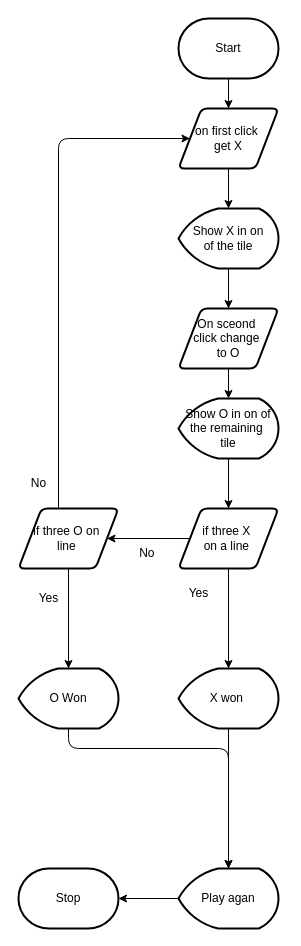
This is design/flowchart.drawio from MTHS-ICS2O-2-2022/ICS2O-Final-Project-Group10, a draw.io file, before an edit. Source tidied: cells renumbered, new cells numbered last; positions are measured from the earlier drawing's top-left corner, leaving out a move shared by most shapes. Both pictures are drawn from the tidied source at 100%, with x=0, y=0 at pixel (18, 18).
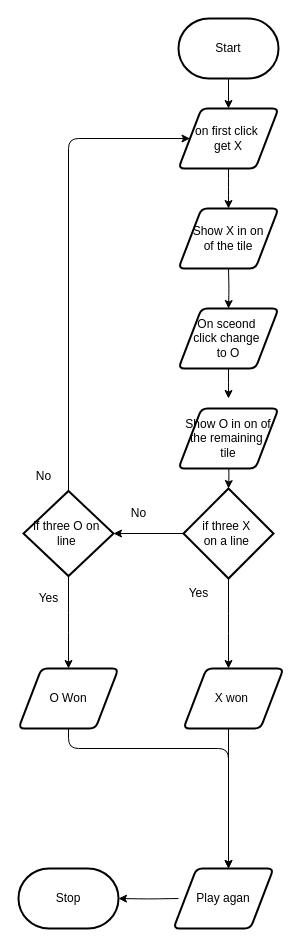
The same page after the edit.

Commit message (it also covers changes not shown here):
add flowchart and storyboard change flowchart and storyboard

Unchanged cells that the change refers to:
```xml
<mxCell id="4" value="Stop" style="strokeWidth=2;html=1;shape=mxgraph.flowchart.terminator;whiteSpace=wrap;" parent="1" vertex="1">
  <mxGeometry y="850" width="100" height="60" as="geometry" />
</mxCell>
<mxCell id="6" value="on first click&amp;nbsp;&lt;br&gt;get X" style="shape=parallelogram;html=1;strokeWidth=2;perimeter=parallelogramPerimeter;whiteSpace=wrap;rounded=1;arcSize=12;size=0.23;" parent="1" vertex="1">
  <mxGeometry x="160" y="90" width="100" height="60" as="geometry" />
</mxCell>
<mxCell id="10" value="On sceond&amp;nbsp;&lt;br&gt;click change&amp;nbsp;&lt;br&gt;to O" style="shape=parallelogram;html=1;strokeWidth=2;perimeter=parallelogramPerimeter;whiteSpace=wrap;rounded=1;arcSize=12;size=0.23;" parent="1" vertex="1">
  <mxGeometry x="160" y="290" width="100" height="60" as="geometry" />
</mxCell>
```

The edit, as a diff of the source:
```diff
@@
-    <mxCell id="5" style="edgeStyle=orthogonalEdgeStyle;html=1;" parent="1" edge="1" source="6" target="8">
-      <mxGeometry relative="1" as="geometry" />
+    <mxCell id="5" style="edgeStyle=orthogonalEdgeStyle;html=1;" parent="1" edge="1" source="6">
+      <mxGeometry relative="1" as="geometry">
+        <mxPoint x="210" y="190" as="targetPoint" />
+      </mxGeometry>
     </mxCell>
@@
-    <mxCell id="7" style="edgeStyle=orthogonalEdgeStyle;html=1;" parent="1" edge="1" source="8" target="10">
-      <mxGeometry relative="1" as="geometry" />
+    <mxCell id="7" style="edgeStyle=orthogonalEdgeStyle;html=1;" parent="1" edge="1" target="10">
+      <mxGeometry relative="1" as="geometry">
+        <mxPoint x="210" y="250" as="sourcePoint" />
+      </mxGeometry>
     </mxCell>
-    <mxCell id="8" value="Show X in on&lt;br&gt;of the tile" style="strokeWidth=2;html=1;shape=mxgraph.flowchart.display;whiteSpace=wrap;" parent="1" vertex="1">
-      <mxGeometry x="160" y="190" width="100" height="60" as="geometry" />
-    </mxCell>
-    <mxCell id="9" style="edgeStyle=orthogonalEdgeStyle;html=1;" parent="1" edge="1" source="10" target="12">
-      <mxGeometry relative="1" as="geometry" />
+    <mxCell id="9" style="edgeStyle=orthogonalEdgeStyle;html=1;" parent="1" edge="1" source="10">
+      <mxGeometry relative="1" as="geometry">
+        <mxPoint x="210" y="380" as="targetPoint" />
+      </mxGeometry>
     </mxCell>
@@
-    <mxCell id="11" style="edgeStyle=orthogonalEdgeStyle;html=1;" parent="1" edge="1" source="12" target="15">
-      <mxGeometry relative="1" as="geometry" />
-    </mxCell>
-    <mxCell id="12" value="Show O in on of the remaining&amp;nbsp;&lt;br&gt;tile" style="strokeWidth=2;html=1;shape=mxgraph.flowchart.display;whiteSpace=wrap;" parent="1" vertex="1">
-      <mxGeometry x="160" y="380" width="100" height="60" as="geometry" />
-    </mxCell>
-    <mxCell id="13" style="edgeStyle=orthogonalEdgeStyle;html=1;" parent="1" edge="1" source="15" target="22">
-      <mxGeometry relative="1" as="geometry" />
-    </mxCell>
-    <mxCell id="14" style="edgeStyle=orthogonalEdgeStyle;html=1;entryX=0.5;entryY=0;entryDx=0;entryDy=0;entryPerimeter=0;" parent="1" edge="1" source="15" target="17">
-      <mxGeometry relative="1" as="geometry" />
-    </mxCell>
-    <mxCell id="15" value="if three X&amp;nbsp;&lt;br&gt;on a line&amp;nbsp;" style="shape=parallelogram;html=1;strokeWidth=2;perimeter=parallelogramPerimeter;whiteSpace=wrap;rounded=1;arcSize=12;size=0.23;" parent="1" vertex="1">
-      <mxGeometry x="160" y="490" width="100" height="60" as="geometry" />
-    </mxCell>
+    <mxCell id="29" style="edgeStyle=orthogonalEdgeStyle;html=1;" parent="1" edge="1" target="15">
+      <mxGeometry relative="1" as="geometry">
+        <mxPoint x="210" y="440" as="sourcePoint" />
+      </mxGeometry>
+    </mxCell>
-    <mxCell id="16" style="edgeStyle=orthogonalEdgeStyle;html=1;" parent="1" edge="1" source="17" target="28">
-      <mxGeometry relative="1" as="geometry" />
+    <mxCell id="16" style="edgeStyle=orthogonalEdgeStyle;html=1;" parent="1" edge="1">
+      <mxGeometry relative="1" as="geometry">
+        <mxPoint x="210" y="710" as="sourcePoint" />
+        <mxPoint x="210" y="850" as="targetPoint" />
+      </mxGeometry>
     </mxCell>
-    <mxCell id="17" value="X won&amp;nbsp;" style="strokeWidth=2;html=1;shape=mxgraph.flowchart.display;whiteSpace=wrap;" parent="1" vertex="1">
-      <mxGeometry x="160" y="650" width="100" height="60" as="geometry" />
-    </mxCell>
@@
-    <mxCell id="19" value="No&amp;nbsp;" style="text;html=1;align=center;verticalAlign=middle;strokeColor=none;fillColor=none;" parent="1" vertex="1">
-      <mxGeometry x="110" y="520" width="40" height="30" as="geometry" />
-    </mxCell>
-    <mxCell id="20" style="edgeStyle=orthogonalEdgeStyle;html=1;entryX=0.5;entryY=0;entryDx=0;entryDy=0;entryPerimeter=0;" parent="1" edge="1" source="22" target="24">
-      <mxGeometry relative="1" as="geometry" />
-    </mxCell>
-    <mxCell id="21" style="edgeStyle=orthogonalEdgeStyle;html=1;" parent="1" edge="1" source="22" target="6">
-      <mxGeometry relative="1" as="geometry">
-        <Array as="points">
-          <mxPoint x="40" y="120" />
-        </Array>
-      </mxGeometry>
-    </mxCell>
-    <mxCell id="22" value="if three O on&amp;nbsp;&lt;br&gt;line&amp;nbsp;" style="shape=parallelogram;html=1;strokeWidth=2;perimeter=parallelogramPerimeter;whiteSpace=wrap;rounded=1;arcSize=12;size=0.23;" parent="1" vertex="1">
-      <mxGeometry y="490" width="100" height="60" as="geometry" />
-    </mxCell>
-    <mxCell id="23" style="edgeStyle=orthogonalEdgeStyle;html=1;" parent="1" edge="1" source="24" target="28">
+    <mxCell id="23" style="edgeStyle=orthogonalEdgeStyle;html=1;" parent="1" edge="1">
       <mxGeometry relative="1" as="geometry">
+        <mxPoint x="50" y="710" as="sourcePoint" />
+        <mxPoint x="210" y="850" as="targetPoint" />
         <Array as="points">
           <mxPoint x="50" y="730" />
           <mxPoint x="210" y="730" />
         </Array>
       </mxGeometry>
     </mxCell>
-    <mxCell id="24" value="O Won" style="strokeWidth=2;html=1;shape=mxgraph.flowchart.display;whiteSpace=wrap;" parent="1" vertex="1">
-      <mxGeometry y="650" width="100" height="60" as="geometry" />
-    </mxCell>
@@
     <mxCell id="26" value="No" style="text;html=1;align=center;verticalAlign=middle;strokeColor=none;fillColor=none;" parent="1" vertex="1">
-      <mxGeometry y="450" width="40" height="30" as="geometry" />
+      <mxGeometry x="5" y="442.5" width="40" height="30" as="geometry" />
     </mxCell>
-    <mxCell id="27" style="edgeStyle=orthogonalEdgeStyle;html=1;" parent="1" edge="1" source="28" target="4">
-      <mxGeometry relative="1" as="geometry" />
+    <mxCell id="27" style="edgeStyle=orthogonalEdgeStyle;html=1;" parent="1" edge="1" target="4">
+      <mxGeometry relative="1" as="geometry">
+        <mxPoint x="160" y="880" as="sourcePoint" />
+      </mxGeometry>
     </mxCell>
+    <mxCell id="30" style="edgeStyle=orthogonalEdgeStyle;html=1;" parent="1" edge="1" source="22">
+      <mxGeometry relative="1" as="geometry">
+        <mxPoint x="50" y="650" as="targetPoint" />
+      </mxGeometry>
+    </mxCell>
+    <mxCell id="21" style="edgeStyle=orthogonalEdgeStyle;html=1;" parent="1" edge="1" source="22" target="6">
+      <mxGeometry relative="1" as="geometry">
+        <Array as="points">
+          <mxPoint x="50" y="120" />
+        </Array>
+      </mxGeometry>
+    </mxCell>
+    <mxCell id="22" value="if three O on&amp;nbsp;&lt;br&gt;line&amp;nbsp;" style="strokeWidth=2;html=1;shape=mxgraph.flowchart.decision;whiteSpace=wrap;" parent="1" vertex="1">
+      <mxGeometry x="5" y="472.5" width="90" height="85" as="geometry" />
+    </mxCell>
+    <mxCell id="13" style="edgeStyle=orthogonalEdgeStyle;html=1;entryX=1;entryY=0.5;entryDx=0;entryDy=0;entryPerimeter=0;" parent="1" edge="1" source="15" target="22">
+      <mxGeometry relative="1" as="geometry" />
+    </mxCell>
+    <mxCell id="31" style="edgeStyle=orthogonalEdgeStyle;html=1;" parent="1" edge="1" source="15">
+      <mxGeometry relative="1" as="geometry">
+        <mxPoint x="210" y="650" as="targetPoint" />
+      </mxGeometry>
+    </mxCell>
+    <mxCell id="15" value="if three X&amp;nbsp;&lt;br&gt;on a line&amp;nbsp;" style="strokeWidth=2;html=1;shape=mxgraph.flowchart.decision;whiteSpace=wrap;" parent="1" vertex="1">
+      <mxGeometry x="165" y="470" width="90" height="90" as="geometry" />
+    </mxCell>
+    <mxCell id="19" value="No" style="text;html=1;align=center;verticalAlign=middle;strokeColor=none;fillColor=none;" parent="1" vertex="1">
+      <mxGeometry x="100" y="480" width="40" height="30" as="geometry" />
+    </mxCell>
+    <mxCell id="8" value="Show X in on&lt;br&gt;of the tile" style="shape=parallelogram;html=1;strokeWidth=2;perimeter=parallelogramPerimeter;whiteSpace=wrap;rounded=1;arcSize=12;size=0.23;" parent="1" vertex="1">
+      <mxGeometry x="160" y="190" width="100" height="60" as="geometry" />
+    </mxCell>
+    <mxCell id="12" value="Show O in on of the remaining&amp;nbsp;&lt;br&gt;tile" style="shape=parallelogram;html=1;strokeWidth=2;perimeter=parallelogramPerimeter;whiteSpace=wrap;rounded=1;arcSize=12;size=0.23;" parent="1" vertex="1">
+      <mxGeometry x="160" y="390" width="100" height="60" as="geometry" />
+    </mxCell>
+    <mxCell id="24" value="O Won" style="shape=parallelogram;html=1;strokeWidth=2;perimeter=parallelogramPerimeter;whiteSpace=wrap;rounded=1;arcSize=12;size=0.23;" parent="1" vertex="1">
+      <mxGeometry y="650" width="100" height="60" as="geometry" />
+    </mxCell>
+    <mxCell id="17" value="X won&amp;nbsp;" style="shape=parallelogram;html=1;strokeWidth=2;perimeter=parallelogramPerimeter;whiteSpace=wrap;rounded=1;arcSize=12;size=0.23;" parent="1" vertex="1">
+      <mxGeometry x="165" y="650" width="100" height="60" as="geometry" />
+    </mxCell>
-    <mxCell id="28" value="Play agan" style="strokeWidth=2;html=1;shape=mxgraph.flowchart.display;whiteSpace=wrap;" parent="1" vertex="1">
-      <mxGeometry x="160" y="850" width="100" height="60" as="geometry" />
+    <mxCell id="28" value="Play agan" style="shape=parallelogram;html=1;strokeWidth=2;perimeter=parallelogramPerimeter;whiteSpace=wrap;rounded=1;arcSize=12;size=0.23;" parent="1" vertex="1">
+      <mxGeometry x="155" y="850" width="100" height="60" as="geometry" />
     </mxCell>
```
